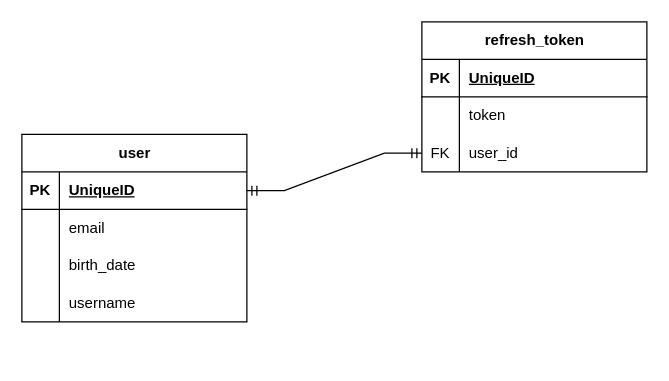
The draw.io diagram docs/er.drawio in OverGoro/ConnectionProject, before the edit. Source tidied: cells renumbered, new cells numbered last; positions are measured from the earlier drawing's top-left corner, leaving out a move shared by most shapes. Both pictures are drawn from the tidied source at 125%, with x=0, y=0 at pixel (21, 21).
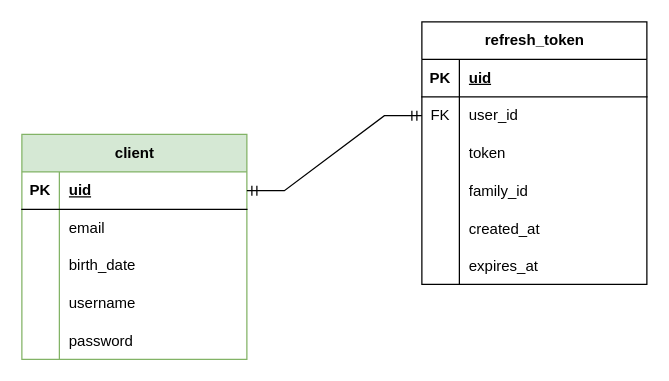
The same diagram, later.

The change refers to these unchanged cells:
```xml
<mxCell id="3" style="shape=tableRow;horizontal=0;startSize=0;swimlaneHead=0;swimlaneBody=0;fillColor=none;points=[[0,0.5],[1,0.5]];portConstraint=eastwest;top=0;left=0;right=0;bottom=1;" parent="2" vertex="1">
  <mxGeometry y="30" width="180" height="30" as="geometry" />
</mxCell>
<mxCell id="16" style="shape=tableRow;horizontal=0;startSize=0;swimlaneHead=0;swimlaneBody=0;fillColor=none;top=0;left=0;right=0;bottom=1;" parent="15" vertex="1">
  <mxGeometry y="30" width="180" height="30" as="geometry" />
</mxCell>
```

Diff of the diagram source:
```diff
@@
-    <mxCell id="2" value="user" style="shape=table;startSize=30;childLayout=tableLayout;rowLines=0;fontStyle=1;align=center;html=1;" parent="1" vertex="1">
-      <mxGeometry y="90" width="180" height="150" as="geometry" />
+    <mxCell id="2" value="client" style="shape=table;startSize=30;childLayout=tableLayout;rowLines=0;fontStyle=1;align=center;html=1;fillColor=#d5e8d4;strokeColor=#82b366;" parent="1" vertex="1">
+      <mxGeometry y="90" width="180" height="180" as="geometry" />
     </mxCell>
@@
-    <mxCell id="5" value="UniqueID" style="shape=partialRectangle;fillColor=none;top=0;left=0;bottom=0;right=0;align=left;spacingLeft=6;fontStyle=5;overflow=hidden;whiteSpace=wrap;html=1;" parent="3" vertex="1">
+    <mxCell id="5" value="uid" style="shape=partialRectangle;fillColor=none;top=0;left=0;bottom=0;right=0;align=left;spacingLeft=6;fontStyle=5;overflow=hidden;whiteSpace=wrap;html=1;" parent="3" vertex="1">
       <mxGeometry x="30" width="150" height="30" as="geometry" />
     </mxCell>
@@
+    <mxCell id="26" style="shape=tableRow;horizontal=0;startSize=0;swimlaneHead=0;swimlaneBody=0;fillColor=none;top=0;left=0;right=0;bottom=0;" parent="2" vertex="1">
+      <mxGeometry y="150" width="180" height="30" as="geometry" />
+    </mxCell>
+    <mxCell id="27" style="shape=partialRectangle;fillColor=none;top=0;left=0;bottom=0;right=0;overflow=hidden;" parent="26" vertex="1">
+      <mxGeometry width="30" height="30" as="geometry" />
+    </mxCell>
+    <mxCell id="28" value="password" style="shape=partialRectangle;fillColor=none;top=0;left=0;bottom=0;right=0;align=left;spacingLeft=6;overflow=hidden;" parent="26" vertex="1">
+      <mxGeometry x="30" width="150" height="30" as="geometry" />
+    </mxCell>
     <mxCell id="15" value="refresh_token" style="shape=table;startSize=30;childLayout=tableLayout;rowLines=0;fontStyle=1;align=center;html=1;" parent="1" vertex="1">
-      <mxGeometry x="320" width="180" height="120" as="geometry" />
+      <mxGeometry x="320" width="180" height="210" as="geometry" />
     </mxCell>
@@
-    <mxCell id="18" value="UniqueID" style="shape=partialRectangle;fillColor=none;top=0;left=0;bottom=0;right=0;align=left;spacingLeft=6;fontStyle=5;overflow=hidden;whiteSpace=wrap;html=1;" parent="16" vertex="1">
+    <mxCell id="18" value="uid" style="shape=partialRectangle;fillColor=none;top=0;left=0;bottom=0;right=0;align=left;spacingLeft=6;fontStyle=5;overflow=hidden;whiteSpace=wrap;html=1;" parent="16" vertex="1">
       <mxGeometry x="30" width="150" height="30" as="geometry" />
     </mxCell>
+    <mxCell id="22" style="shape=tableRow;horizontal=0;startSize=0;swimlaneHead=0;swimlaneBody=0;fillColor=none;points=[[0,0.5],[1,0.5]];portConstraint=eastwest;top=0;left=0;right=0;bottom=0;" parent="15" vertex="1">
+      <mxGeometry y="60" width="180" height="30" as="geometry" />
+    </mxCell>
+    <mxCell id="23" value="FK" style="shape=partialRectangle;fillColor=none;top=0;left=0;bottom=0;right=0;overflow=hidden;whiteSpace=wrap;html=1;" parent="22" vertex="1">
+      <mxGeometry width="30" height="30" as="geometry" />
+    </mxCell>
+    <mxCell id="24" value="user_id" style="shape=partialRectangle;fillColor=none;top=0;left=0;bottom=0;right=0;align=left;spacingLeft=6;overflow=hidden;whiteSpace=wrap;html=1;" parent="22" vertex="1">
+      <mxGeometry x="30" width="150" height="30" as="geometry" />
+    </mxCell>
     <mxCell id="19" style="shape=tableRow;horizontal=0;startSize=0;swimlaneHead=0;swimlaneBody=0;fillColor=none;top=0;left=0;right=0;bottom=0;" parent="15" vertex="1">
-      <mxGeometry y="60" width="180" height="30" as="geometry" />
+      <mxGeometry y="90" width="180" height="30" as="geometry" />
     </mxCell>
@@
-    <mxCell id="22" style="shape=tableRow;horizontal=0;startSize=0;swimlaneHead=0;swimlaneBody=0;fillColor=none;points=[[0,0.5],[1,0.5]];portConstraint=eastwest;top=0;left=0;right=0;bottom=0;" parent="15" vertex="1">
-      <mxGeometry y="90" width="180" height="30" as="geometry" />
-    </mxCell>
-    <mxCell id="23" value="FK" style="shape=partialRectangle;fillColor=none;top=0;left=0;bottom=0;right=0;overflow=hidden;whiteSpace=wrap;html=1;" parent="22" vertex="1">
-      <mxGeometry width="30" height="30" as="geometry" />
-    </mxCell>
-    <mxCell id="24" value="user_id" style="shape=partialRectangle;fillColor=none;top=0;left=0;bottom=0;right=0;align=left;spacingLeft=6;overflow=hidden;whiteSpace=wrap;html=1;" parent="22" vertex="1">
-      <mxGeometry x="30" width="150" height="30" as="geometry" />
-    </mxCell>
+    <mxCell id="29" style="shape=tableRow;horizontal=0;startSize=0;swimlaneHead=0;swimlaneBody=0;fillColor=none;top=0;left=0;right=0;bottom=0;" parent="15" vertex="1">
+      <mxGeometry y="120" width="180" height="30" as="geometry" />
+    </mxCell>
+    <mxCell id="30" style="shape=partialRectangle;fillColor=none;top=0;left=0;bottom=0;right=0;overflow=hidden;" parent="29" vertex="1">
+      <mxGeometry width="30" height="30" as="geometry" />
+    </mxCell>
+    <mxCell id="31" value="family_id" style="shape=partialRectangle;fillColor=none;top=0;left=0;bottom=0;right=0;align=left;spacingLeft=6;overflow=hidden;" parent="29" vertex="1">
+      <mxGeometry x="30" width="150" height="30" as="geometry" />
+    </mxCell>
+    <mxCell id="32" style="shape=tableRow;horizontal=0;startSize=0;swimlaneHead=0;swimlaneBody=0;fillColor=none;top=0;left=0;right=0;bottom=0;" parent="15" vertex="1">
+      <mxGeometry y="150" width="180" height="30" as="geometry" />
+    </mxCell>
+    <mxCell id="33" style="shape=partialRectangle;fillColor=none;top=0;left=0;bottom=0;right=0;overflow=hidden;" parent="32" vertex="1">
+      <mxGeometry width="30" height="30" as="geometry" />
+    </mxCell>
+    <mxCell id="34" value="created_at" style="shape=partialRectangle;fillColor=none;top=0;left=0;bottom=0;right=0;align=left;spacingLeft=6;overflow=hidden;" parent="32" vertex="1">
+      <mxGeometry x="30" width="150" height="30" as="geometry" />
+    </mxCell>
+    <mxCell id="35" style="shape=tableRow;horizontal=0;startSize=0;swimlaneHead=0;swimlaneBody=0;fillColor=none;top=0;left=0;right=0;bottom=0;" parent="15" vertex="1">
+      <mxGeometry y="180" width="180" height="30" as="geometry" />
+    </mxCell>
+    <mxCell id="36" style="shape=partialRectangle;fillColor=none;top=0;left=0;bottom=0;right=0;overflow=hidden;" parent="35" vertex="1">
+      <mxGeometry width="30" height="30" as="geometry" />
+    </mxCell>
+    <mxCell id="37" value="expires_at" style="shape=partialRectangle;fillColor=none;top=0;left=0;bottom=0;right=0;align=left;spacingLeft=6;overflow=hidden;" parent="35" vertex="1">
+      <mxGeometry x="30" width="150" height="30" as="geometry" />
+    </mxCell>
```
